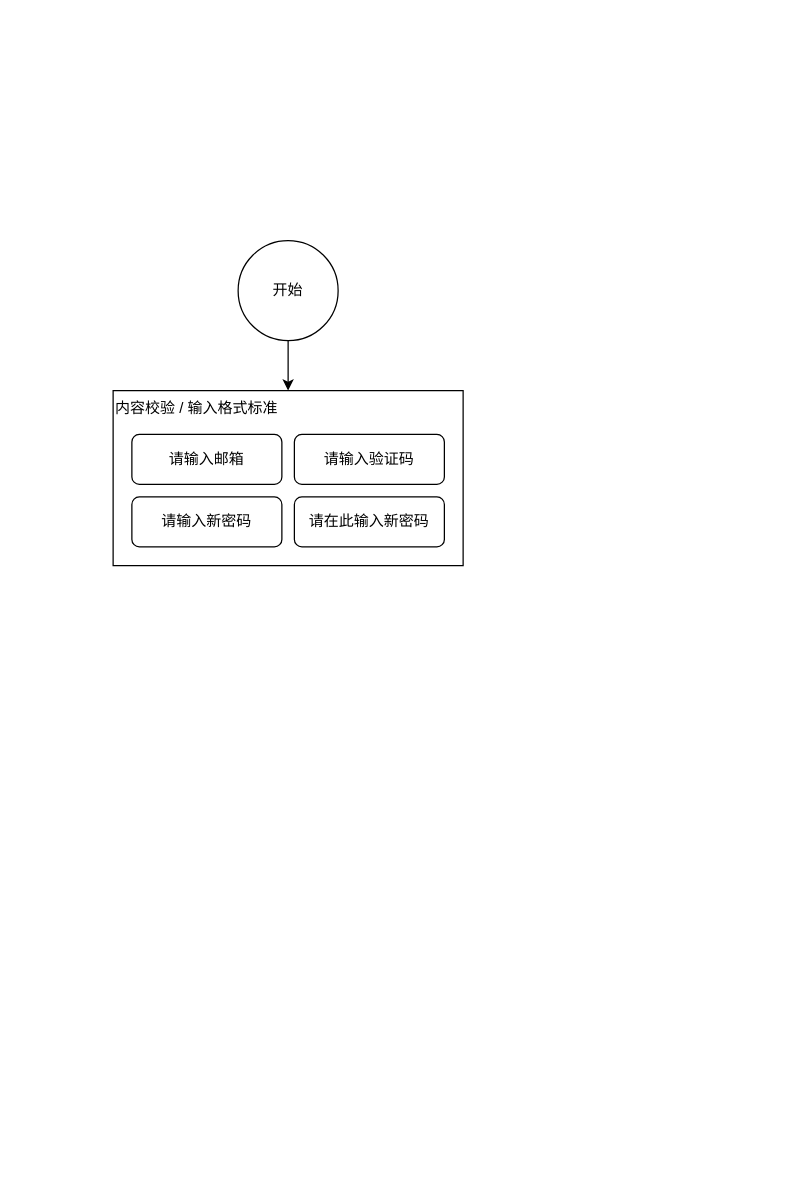
This is LLSI/忘记密码验证码逻辑.drawio from 0573xieguojia/To-program, a draw.io file, before an edit. Source tidied: cells renumbered, new cells numbered last; positions are measured from the earlier drawing's top-left corner, leaving out a move shared by most shapes. Both pictures are drawn from the tidied source at 125%, with x=0, y=0 at pixel (112, 240).
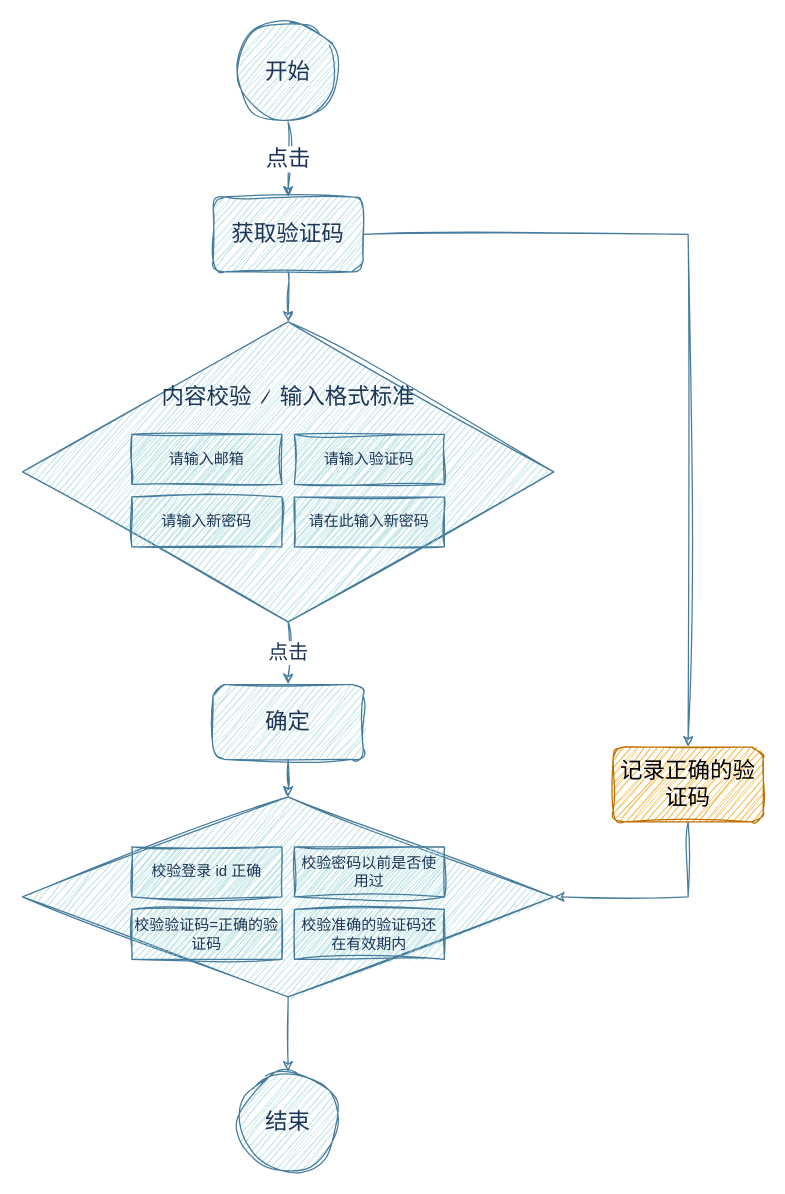
Above is the later version.

Commit message:
更新忘记密码验证码逻辑.drawio

Change to the diagram source:
```diff
@@
+    <mxCell id="9" value="点击" style="edgeStyle=orthogonalEdgeStyle;rounded=0;sketch=1;hachureGap=4;jiggle=2;curveFitting=1;jettySize=auto;html=1;exitX=0.5;exitY=1;exitDx=0;exitDy=0;strokeColor=#457B9D;fontFamily=Architects Daughter;fontSize=16;fontColor=#1D3557;fillColor=#A8DADC;" parent="1" edge="1" source="2" target="12">
+      <mxGeometry relative="1" as="geometry" />
+    </mxCell>
-    <mxCell id="2" value="内容校验 / 输入格式标准" style="rounded=0;whiteSpace=wrap;html=1;verticalAlign=top;align=left;" parent="1" vertex="1">
-      <mxGeometry y="120" width="280" height="140" as="geometry" />
+    <mxCell id="2" value="&lt;br style=&quot;font-size: 18px;&quot;&gt;&lt;br style=&quot;font-size: 18px;&quot;&gt;内容校验 / 输入格式标准" style="rhombus;whiteSpace=wrap;html=1;sketch=1;hachureGap=4;jiggle=2;curveFitting=1;strokeColor=#457B9D;fontFamily=Architects Daughter;fontSize=18;fontColor=#1D3557;fillColor=#A8DADC;verticalAlign=top;" parent="1" vertex="1">
+      <mxGeometry x="-72.5" y="65" width="425" height="240" as="geometry" />
     </mxCell>
-    <mxCell id="3" style="edgeStyle=orthogonalEdgeStyle;rounded=0;jettySize=auto;html=1;exitX=0.5;exitY=1;exitDx=0;exitDy=0;entryX=0.5;entryY=0;entryDx=0;entryDy=0;" parent="1" edge="1" source="4" target="2">
-      <mxGeometry relative="1" as="geometry" />
-    </mxCell>
+    <mxCell id="10" value="点击" style="edgeStyle=orthogonalEdgeStyle;rounded=0;sketch=1;hachureGap=4;jiggle=2;curveFitting=1;jettySize=auto;html=1;exitX=0.5;exitY=1;exitDx=0;exitDy=0;entryX=0.5;entryY=0;entryDx=0;entryDy=0;strokeColor=#457B9D;fontFamily=Architects Daughter;fontSize=18;fontColor=#1D3557;fillColor=#A8DADC;" parent="1" edge="1" source="4" target="15">
+      <mxGeometry relative="1" as="geometry" />
+    </mxCell>
-    <mxCell id="4" value="开始" style="ellipse;whiteSpace=wrap;html=1;" parent="1" vertex="1">
-      <mxGeometry x="100" width="80" height="80" as="geometry" />
+    <mxCell id="4" value="开始" style="ellipse;whiteSpace=wrap;html=1;rounded=0;sketch=1;curveFitting=1;jiggle=2;labelBackgroundColor=none;fillColor=#A8DADC;strokeColor=#457B9D;fontColor=#1D3557;fontSize=18;" parent="1" vertex="1">
+      <mxGeometry x="100" y="-175" width="80" height="80" as="geometry" />
     </mxCell>
-    <mxCell id="5" value="请输入邮箱" style="rounded=1;whiteSpace=wrap;html=1;" parent="1" vertex="1">
+    <mxCell id="5" value="请输入邮箱" style="rounded=0;whiteSpace=wrap;html=1;sketch=1;curveFitting=1;jiggle=2;labelBackgroundColor=none;fillColor=#A8DADC;strokeColor=#457B9D;fontColor=#1D3557;" parent="1" vertex="1">
       <mxGeometry x="15" y="155" width="120" height="40" as="geometry" />
     </mxCell>
-    <mxCell id="6" value="请输入验证码" style="rounded=1;whiteSpace=wrap;html=1;" parent="1" vertex="1">
+    <mxCell id="6" value="请输入验证码" style="rounded=0;whiteSpace=wrap;html=1;sketch=1;curveFitting=1;jiggle=2;labelBackgroundColor=none;fillColor=#A8DADC;strokeColor=#457B9D;fontColor=#1D3557;" parent="1" vertex="1">
       <mxGeometry x="145" y="155" width="120" height="40" as="geometry" />
     </mxCell>
-    <mxCell id="7" value="请输入新密码" style="rounded=1;whiteSpace=wrap;html=1;" parent="1" vertex="1">
+    <mxCell id="7" value="请输入新密码" style="rounded=0;whiteSpace=wrap;html=1;sketch=1;curveFitting=1;jiggle=2;labelBackgroundColor=none;fillColor=#A8DADC;strokeColor=#457B9D;fontColor=#1D3557;" parent="1" vertex="1">
       <mxGeometry x="15" y="205" width="120" height="40" as="geometry" />
     </mxCell>
-    <mxCell id="8" value="请在此输入新密码" style="rounded=1;whiteSpace=wrap;html=1;" parent="1" vertex="1">
+    <mxCell id="8" value="请在此输入新密码" style="rounded=0;whiteSpace=wrap;html=1;sketch=1;curveFitting=1;jiggle=2;labelBackgroundColor=none;fillColor=#A8DADC;strokeColor=#457B9D;fontColor=#1D3557;" parent="1" vertex="1">
       <mxGeometry x="145" y="205" width="120" height="40" as="geometry" />
     </mxCell>
+    <mxCell id="11" style="edgeStyle=orthogonalEdgeStyle;rounded=0;sketch=1;hachureGap=4;jiggle=2;curveFitting=1;jettySize=auto;html=1;exitX=0.5;exitY=1;exitDx=0;exitDy=0;strokeColor=#457B9D;fontFamily=Architects Daughter;fontSize=16;fontColor=#1D3557;fillColor=#A8DADC;" parent="1" edge="1" source="12" target="19">
+      <mxGeometry relative="1" as="geometry" />
+    </mxCell>
+    <mxCell id="12" value="确定" style="rounded=1;whiteSpace=wrap;html=1;sketch=1;hachureGap=4;jiggle=2;curveFitting=1;strokeColor=#457B9D;fontFamily=Architects Daughter;fontSize=18;fontColor=#1D3557;fillColor=#A8DADC;" parent="1" vertex="1">
+      <mxGeometry x="80" y="355" width="120" height="60" as="geometry" />
+    </mxCell>
+    <mxCell id="13" style="edgeStyle=orthogonalEdgeStyle;rounded=0;sketch=1;hachureGap=4;jiggle=2;curveFitting=1;jettySize=auto;html=1;exitX=0.5;exitY=1;exitDx=0;exitDy=0;entryX=0.5;entryY=0;entryDx=0;entryDy=0;strokeColor=#457B9D;fontFamily=Architects Daughter;fontSize=16;fontColor=#1D3557;fillColor=#A8DADC;" parent="1" edge="1" source="15" target="2">
+      <mxGeometry relative="1" as="geometry" />
+    </mxCell>
+    <mxCell id="14" style="edgeStyle=orthogonalEdgeStyle;rounded=0;sketch=1;hachureGap=4;jiggle=2;curveFitting=1;jettySize=auto;html=1;exitX=1;exitY=0.5;exitDx=0;exitDy=0;strokeColor=#457B9D;fontFamily=Architects Daughter;fontSize=16;fontColor=#1D3557;fillColor=#A8DADC;" parent="1" edge="1" source="15" target="17">
+      <mxGeometry relative="1" as="geometry" />
+    </mxCell>
+    <mxCell id="15" value="获取验证码" style="rounded=1;whiteSpace=wrap;html=1;sketch=1;hachureGap=4;jiggle=2;curveFitting=1;strokeColor=#457B9D;fontFamily=Architects Daughter;fontSize=18;fontColor=#1D3557;fillColor=#A8DADC;" parent="1" vertex="1">
+      <mxGeometry x="80" y="-35" width="120" height="60" as="geometry" />
+    </mxCell>
+    <mxCell id="16" style="edgeStyle=orthogonalEdgeStyle;rounded=0;sketch=1;hachureGap=4;jiggle=2;curveFitting=1;jettySize=auto;html=1;exitX=0.5;exitY=1;exitDx=0;exitDy=0;strokeColor=#457B9D;fontFamily=Architects Daughter;fontSize=16;fontColor=#1D3557;fillColor=#A8DADC;entryX=1;entryY=0.5;entryDx=0;entryDy=0;" parent="1" edge="1" source="17" target="19">
+      <mxGeometry relative="1" as="geometry" />
+    </mxCell>
+    <mxCell id="17" value="记录正确的验证码" style="rounded=1;whiteSpace=wrap;html=1;sketch=1;hachureGap=4;jiggle=2;curveFitting=1;strokeColor=#BD7000;fontFamily=Architects Daughter;fontSize=18;fillColor=#f0a30a;fontColor=#000000;" parent="1" vertex="1">
+      <mxGeometry x="400" y="405" width="120" height="60" as="geometry" />
+    </mxCell>
+    <mxCell id="18" style="edgeStyle=orthogonalEdgeStyle;rounded=0;sketch=1;hachureGap=4;jiggle=2;curveFitting=1;jettySize=auto;html=1;exitX=0.5;exitY=1;exitDx=0;exitDy=0;strokeColor=#457B9D;fontFamily=Architects Daughter;fontSize=16;fontColor=#1D3557;fillColor=#A8DADC;" parent="1" edge="1" source="19" target="24">
+      <mxGeometry relative="1" as="geometry" />
+    </mxCell>
+    <mxCell id="19" style="rhombus;whiteSpace=wrap;html=1;sketch=1;hachureGap=4;jiggle=2;curveFitting=1;strokeColor=#457B9D;fontFamily=Architects Daughter;fontSize=18;fontColor=#1D3557;fillColor=#A8DADC;verticalAlign=top;" parent="1" vertex="1">
+      <mxGeometry x="-72.5" y="445" width="425" height="160" as="geometry" />
+    </mxCell>
+    <mxCell id="20" value="校验验证码=正确的验证码" style="rounded=0;whiteSpace=wrap;html=1;sketch=1;curveFitting=1;jiggle=2;labelBackgroundColor=none;fillColor=#A8DADC;strokeColor=#457B9D;fontColor=#1D3557;" parent="1" vertex="1">
+      <mxGeometry x="15" y="535" width="120" height="40" as="geometry" />
+    </mxCell>
+    <mxCell id="21" value="校验登录 id 正确" style="rounded=0;whiteSpace=wrap;html=1;sketch=1;curveFitting=1;jiggle=2;labelBackgroundColor=none;fillColor=#A8DADC;strokeColor=#457B9D;fontColor=#1D3557;" parent="1" vertex="1">
+      <mxGeometry x="15" y="485" width="120" height="40" as="geometry" />
+    </mxCell>
+    <mxCell id="22" value="校验密码以前是否使用过" style="rounded=0;whiteSpace=wrap;html=1;sketch=1;curveFitting=1;jiggle=2;labelBackgroundColor=none;fillColor=#A8DADC;strokeColor=#457B9D;fontColor=#1D3557;" parent="1" vertex="1">
+      <mxGeometry x="145" y="485" width="120" height="40" as="geometry" />
+    </mxCell>
+    <mxCell id="23" value="校验准确的验证码还在有效期内" style="rounded=0;whiteSpace=wrap;html=1;sketch=1;curveFitting=1;jiggle=2;labelBackgroundColor=none;fillColor=#A8DADC;strokeColor=#457B9D;fontColor=#1D3557;" parent="1" vertex="1">
+      <mxGeometry x="145" y="535" width="120" height="40" as="geometry" />
+    </mxCell>
+    <mxCell id="24" value="结束" style="ellipse;whiteSpace=wrap;html=1;rounded=0;sketch=1;curveFitting=1;jiggle=2;labelBackgroundColor=none;fillColor=#A8DADC;strokeColor=#457B9D;fontColor=#1D3557;fontSize=18;" parent="1" vertex="1">
+      <mxGeometry x="100" y="665" width="80" height="80" as="geometry" />
+    </mxCell>
```
